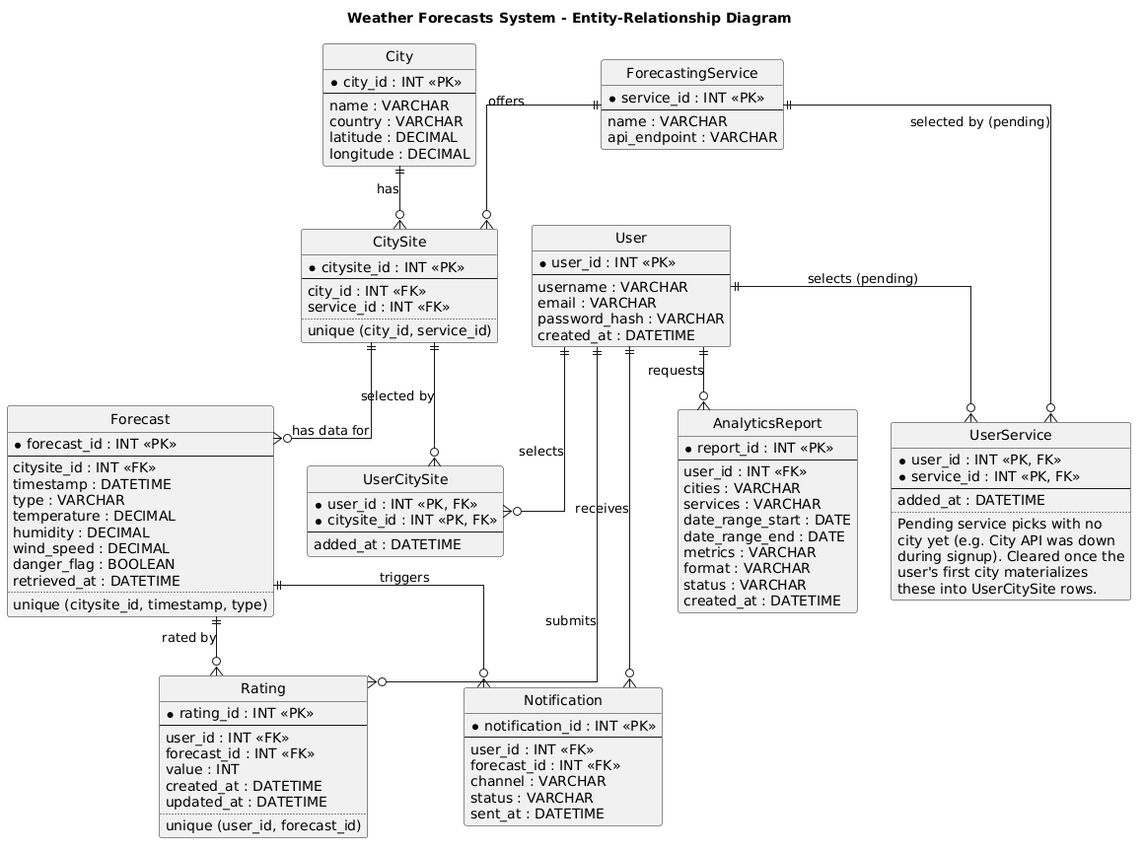
Before: requirements/ER_Diagram/ERDiagram.png, a diagram exported from PlantUML (ManosMorf97/Weather-Forecasts-AI-Remastered).
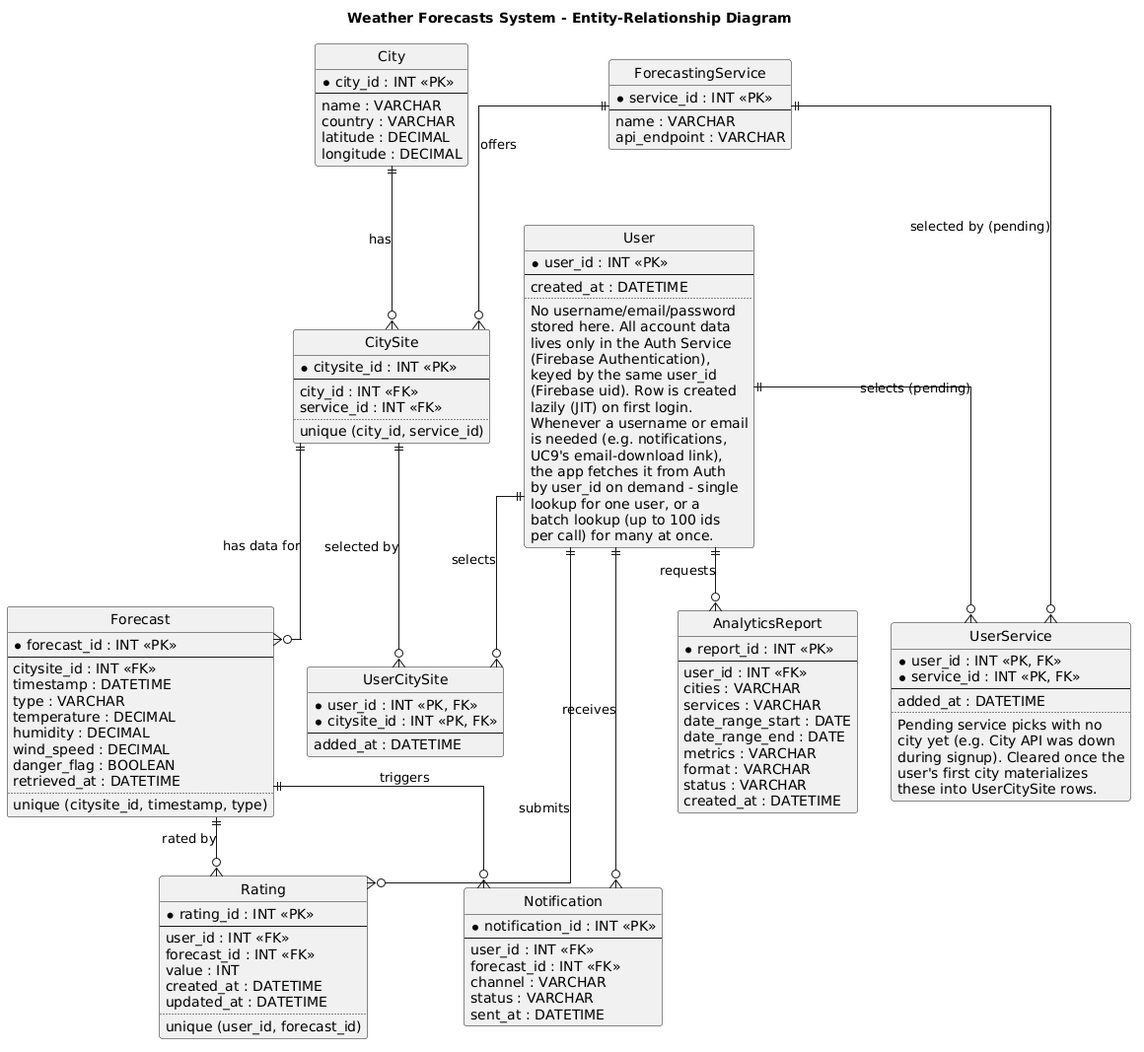
Above is the later version.

Change to the diagram source:
```diff
@@ -7,10 +7,23 @@
 entity "User" as user {
   * user_id : INT <<PK>>
   --
-  username : VARCHAR
-  email : VARCHAR
-  password_hash : VARCHAR
   created_at : DATETIME
+  ..
+  No username/email/password
+  stored here. All account data
+  lives only in the Auth Service
+  (Firebase Authentication),
+  keyed by the same user_id
+  (Firebase uid). Row is created
+  lazily (JIT) on first login.
+  Whenever a username or email
+  is needed (e.g. notifications,
+  UC9's email-download link),
+  the app fetches it from Auth
+  by user_id on demand - single
+  lookup for one user, or a
+  batch lookup (up to 100 ids
+  per call) for many at once.
 }
 
 entity "City" as city {
```
